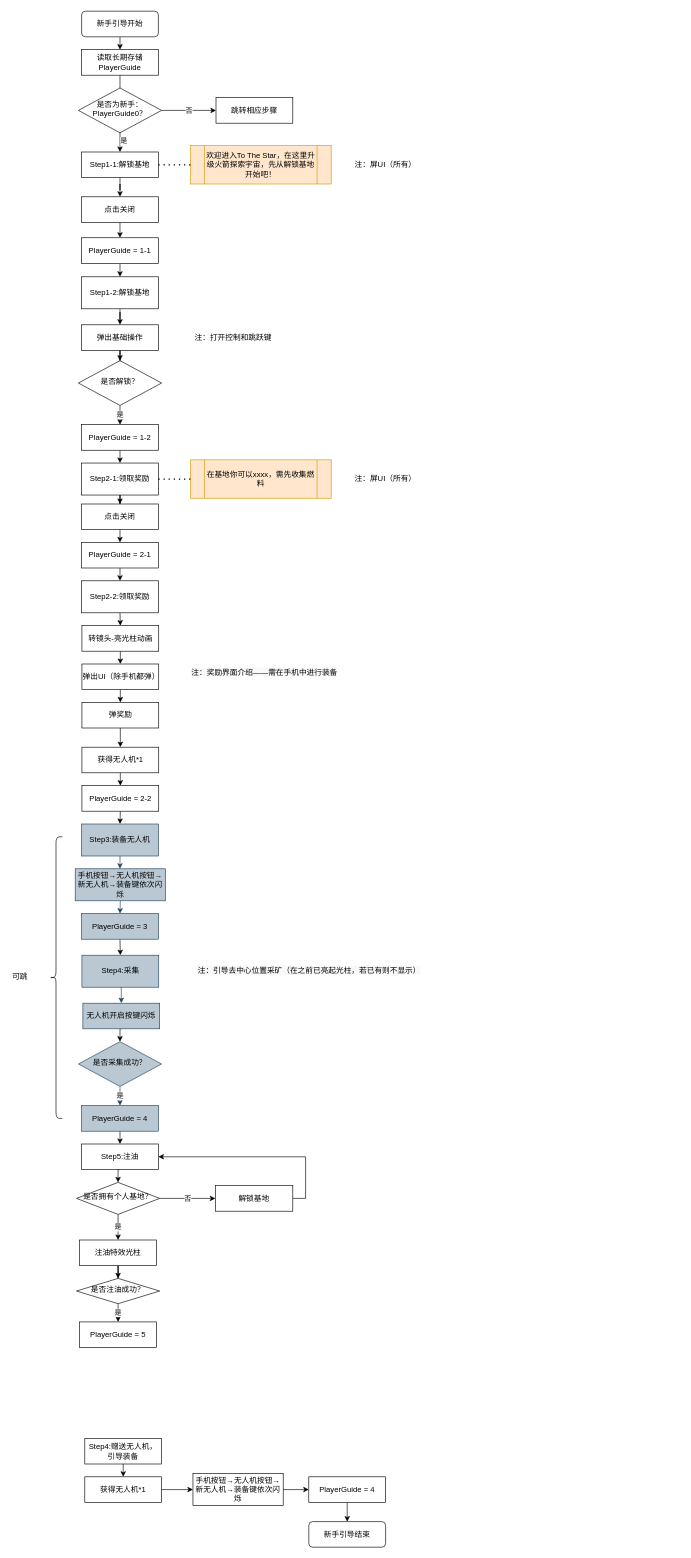
The draw.io diagram PlayerGuidev2.0.drawio in lilith-avatar-hyacinthhu/RushDuck, before the edit. Source tidied: cells renumbered, new cells numbered last; positions are measured from the earlier drawing's top-left corner, leaving out a move shared by most shapes. Both pictures are drawn from the tidied source at 64%, with x=0, y=0 at pixel (11, 11).
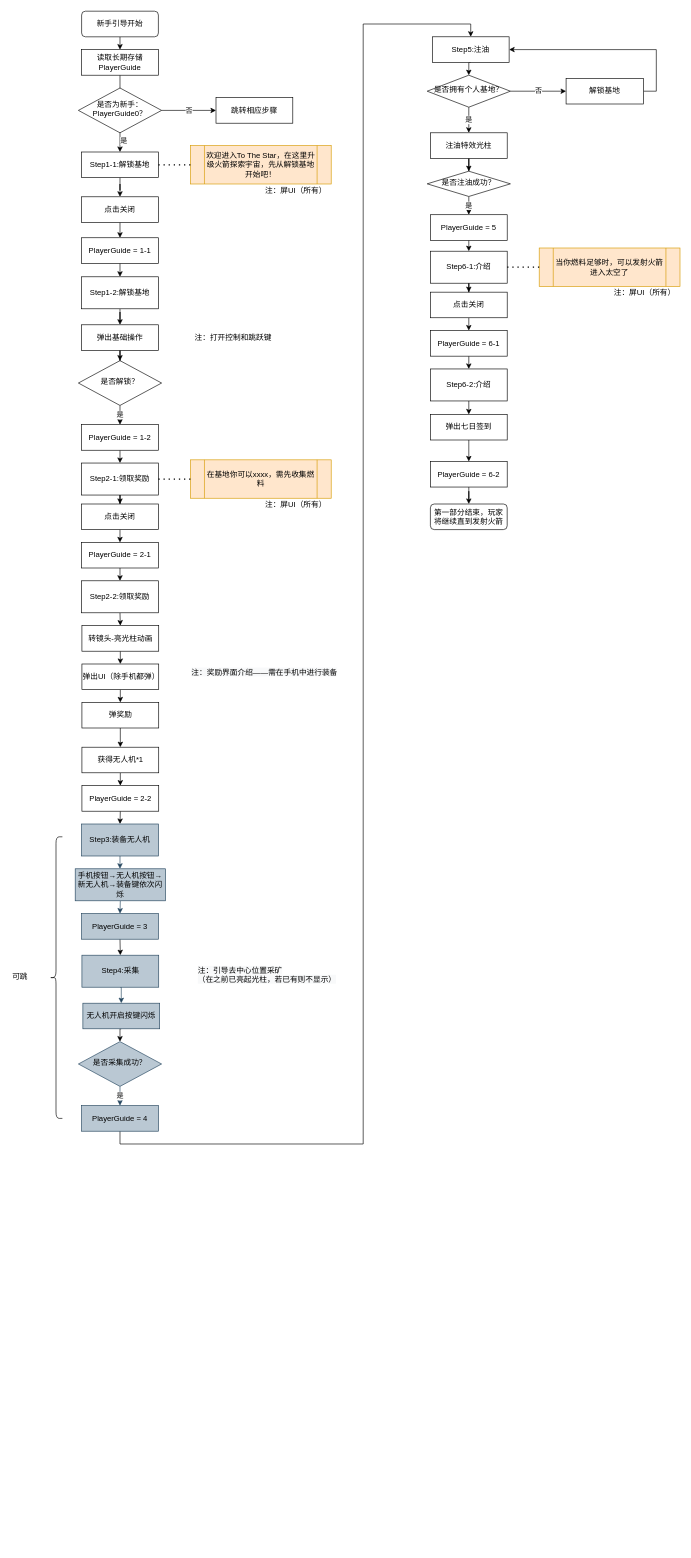
The same diagram, later.

Unchanged cells that the change refers to:
```xml
<mxCell id="19" value="PlayerGuide = 4" style="rounded=0;whiteSpace=wrap;html=1;fillColor=#bac8d3;strokeColor=#23445d;" parent="1" vertex="1">
  <mxGeometry x="110" y="1710" width="120" height="40" as="geometry" />
</mxCell>
```

The edit, as a diff of the source:
```diff
@@
     <mxCell id="18" style="edgeStyle=orthogonalEdgeStyle;rounded=0;jettySize=auto;html=1;exitX=0.5;exitY=1;exitDx=0;exitDy=0;entryX=0.5;entryY=0;entryDx=0;entryDy=0;" parent="1" edge="1" source="19" target="86">
-      <mxGeometry relative="1" as="geometry" />
+      <mxGeometry relative="1" as="geometry">
+        <Array as="points">
+          <mxPoint x="170" y="1770" />
+          <mxPoint x="550" y="1770" />
+          <mxPoint x="550" y="20" />
+          <mxPoint x="718" y="20" />
+        </Array>
+      </mxGeometry>
     </mxCell>
@@
-    <mxCell id="20" style="edgeStyle=orthogonalEdgeStyle;rounded=0;jettySize=auto;html=1;exitX=0.5;exitY=1;exitDx=0;exitDy=0;" parent="1" edge="1" source="21" target="23">
-      <mxGeometry relative="1" as="geometry" />
-    </mxCell>
-    <mxCell id="21" value="注油特效光柱" style="rounded=0;whiteSpace=wrap;html=1;" parent="1" vertex="1">
-      <mxGeometry x="107" y="1920" width="120" height="40" as="geometry" />
-    </mxCell>
-    <mxCell id="22" value="是" style="edgeStyle=orthogonalEdgeStyle;rounded=0;jettySize=auto;html=1;exitX=0.5;exitY=1;exitDx=0;exitDy=0;" parent="1" edge="1" source="23" target="24">
-      <mxGeometry relative="1" as="geometry" />
-    </mxCell>
-    <mxCell id="23" value="是否注油成功？" style="rhombus;whiteSpace=wrap;html=1;shadow=0;fontFamily=Helvetica;fontSize=12;align=center;strokeWidth=1;spacing=6;spacingTop=-4;" parent="1" vertex="1">
-      <mxGeometry x="102" y="1980" width="130" height="39.5" as="geometry" />
-    </mxCell>
-    <mxCell id="24" value="PlayerGuide = 5" style="rounded=0;whiteSpace=wrap;html=1;" parent="1" vertex="1">
-      <mxGeometry x="107" y="2048" width="120" height="40" as="geometry" />
-    </mxCell>
-    <mxCell id="25" style="edgeStyle=orthogonalEdgeStyle;rounded=0;jettySize=auto;html=1;exitX=0.5;exitY=1;exitDx=0;exitDy=0;entryX=0.5;entryY=0;entryDx=0;entryDy=0;" parent="1" edge="1" source="26" target="28">
-      <mxGeometry relative="1" as="geometry" />
-    </mxCell>
-    <mxCell id="26" value="Step4:赠送无人机，引导装备" style="rounded=0;whiteSpace=wrap;html=1;" parent="1" vertex="1">
-      <mxGeometry x="115" y="2230" width="120" height="40" as="geometry" />
-    </mxCell>
-    <mxCell id="27" style="edgeStyle=orthogonalEdgeStyle;rounded=0;jettySize=auto;html=1;exitX=1;exitY=0.5;exitDx=0;exitDy=0;entryX=0;entryY=0.5;entryDx=0;entryDy=0;" parent="1" edge="1" source="28" target="30">
-      <mxGeometry relative="1" as="geometry" />
-    </mxCell>
-    <mxCell id="28" value="获得无人机*1" style="rounded=0;whiteSpace=wrap;html=1;" parent="1" vertex="1">
-      <mxGeometry x="115" y="2290" width="120" height="40" as="geometry" />
-    </mxCell>
-    <mxCell id="29" style="edgeStyle=orthogonalEdgeStyle;rounded=0;jettySize=auto;html=1;exitX=1;exitY=0.5;exitDx=0;exitDy=0;entryX=0;entryY=0.5;entryDx=0;entryDy=0;" parent="1" edge="1" source="30" target="32">
-      <mxGeometry relative="1" as="geometry" />
-    </mxCell>
-    <mxCell id="30" value="&lt;span style=&quot;font-family: &amp;#34;helvetica&amp;#34;&quot;&gt;手机按钮→无人机按钮→新无人机→装备键依次闪烁&lt;/span&gt;" style="rounded=0;whiteSpace=wrap;html=1;" parent="1" vertex="1">
-      <mxGeometry x="284" y="2285" width="141" height="50" as="geometry" />
-    </mxCell>
-    <mxCell id="31" style="edgeStyle=orthogonalEdgeStyle;rounded=0;jettySize=auto;html=1;exitX=0.5;exitY=1;exitDx=0;exitDy=0;entryX=0.5;entryY=0;entryDx=0;entryDy=0;" parent="1" edge="1" source="32" target="41">
-      <mxGeometry relative="1" as="geometry" />
-    </mxCell>
-    <mxCell id="32" value="PlayerGuide = 4" style="rounded=0;whiteSpace=wrap;html=1;" parent="1" vertex="1">
-      <mxGeometry x="465" y="2290" width="120" height="40" as="geometry" />
-    </mxCell>
@@
-    <mxCell id="36" value="是" style="edgeStyle=orthogonalEdgeStyle;rounded=0;jettySize=auto;html=1;exitX=0.5;exitY=1;exitDx=0;exitDy=0;entryX=0.5;entryY=0;entryDx=0;entryDy=0;" parent="1" edge="1" source="38" target="21">
-      <mxGeometry relative="1" as="geometry" />
-    </mxCell>
-    <mxCell id="37" value="否" style="edgeStyle=orthogonalEdgeStyle;rounded=0;jettySize=auto;html=1;exitX=1;exitY=0.5;exitDx=0;exitDy=0;entryX=0;entryY=0.5;entryDx=0;entryDy=0;" parent="1" edge="1" source="38" target="40">
-      <mxGeometry relative="1" as="geometry" />
-    </mxCell>
-    <mxCell id="38" value="是否拥有个人基地？" style="rhombus;whiteSpace=wrap;html=1;shadow=0;fontFamily=Helvetica;fontSize=12;align=center;strokeWidth=1;spacing=6;spacingTop=-4;" parent="1" vertex="1">
-      <mxGeometry x="102" y="1830" width="130" height="50" as="geometry" />
-    </mxCell>
-    <mxCell id="39" style="edgeStyle=orthogonalEdgeStyle;rounded=0;jettySize=auto;html=1;exitX=1;exitY=0.5;exitDx=0;exitDy=0;entryX=1;entryY=0.5;entryDx=0;entryDy=0;" parent="1" edge="1" source="40" target="86">
-      <mxGeometry relative="1" as="geometry" />
-    </mxCell>
-    <mxCell id="40" value="解锁基地" style="rounded=0;whiteSpace=wrap;html=1;" parent="1" vertex="1">
-      <mxGeometry x="319" y="1835" width="121" height="40" as="geometry" />
-    </mxCell>
-    <mxCell id="41" value="新手引导结束" style="rounded=1;whiteSpace=wrap;html=1;fontSize=12;glass=0;strokeWidth=1;shadow=0;" parent="1" vertex="1">
-      <mxGeometry x="465" y="2360" width="120" height="40" as="geometry" />
-    </mxCell>
     <mxCell id="42" value="注：屏UI（所有）" style="text;html=1;strokeColor=none;fillColor=none;align=center;verticalAlign=middle;whiteSpace=wrap;rounded=0;" parent="1" vertex="1">
-      <mxGeometry x="530" y="230" width="110" height="20" as="geometry" />
+      <mxGeometry x="390" y="270" width="110" height="20" as="geometry" />
     </mxCell>
@@
     <mxCell id="70" value="注：屏UI（所有）" style="text;html=1;strokeColor=none;fillColor=none;align=center;verticalAlign=middle;whiteSpace=wrap;rounded=0;" parent="1" vertex="1">
-      <mxGeometry x="530" y="721" width="110" height="20" as="geometry" />
+      <mxGeometry x="390" y="761" width="110" height="20" as="geometry" />
     </mxCell>
@@
-    <mxCell id="84" value="&lt;span style=&quot;color: rgb(0 , 0 , 0) ; font-family: &amp;#34;helvetica&amp;#34; ; font-size: 12px ; font-style: normal ; font-weight: 400 ; letter-spacing: normal ; text-align: center ; text-indent: 0px ; text-transform: none ; word-spacing: 0px ; background-color: rgb(248 , 249 , 250) ; display: inline ; float: none&quot;&gt;注：引导去中心位置采矿（在之前已亮起光柱，若已有则不显示）&lt;/span&gt;" style="text;whiteSpace=wrap;html=1;" parent="1" vertex="1">
+    <mxCell id="84" value="&lt;span style=&quot;color: rgb(0 , 0 , 0) ; font-family: &amp;#34;helvetica&amp;#34; ; font-size: 12px ; font-style: normal ; font-weight: 400 ; letter-spacing: normal ; text-align: center ; text-indent: 0px ; text-transform: none ; word-spacing: 0px ; background-color: rgb(248 , 249 , 250) ; display: inline ; float: none&quot;&gt;注：引导去中心位置采矿&lt;br&gt;（在之前已亮起光柱，若已有则不显示）&lt;/span&gt;" style="text;whiteSpace=wrap;html=1;" parent="1" vertex="1">
       <mxGeometry x="290" y="1485" width="350" height="30" as="geometry" />
     </mxCell>
+    <mxCell id="87" style="shape=curlyBracket;whiteSpace=wrap;html=1;rounded=1;" parent="1" vertex="1">
+      <mxGeometry x="60" y="1290" width="20" height="440" as="geometry" />
+    </mxCell>
+    <mxCell id="88" value="&lt;div style=&quot;text-align: center&quot;&gt;&lt;span&gt;&lt;font face=&quot;helvetica&quot;&gt;可跳&lt;/font&gt;&lt;/span&gt;&lt;/div&gt;" style="text;whiteSpace=wrap;html=1;" parent="1" vertex="1">
+      <mxGeometry y="1495" width="60" height="30" as="geometry" />
+    </mxCell>
+    <mxCell id="89" style="edgeStyle=orthogonalEdgeStyle;rounded=0;jettySize=auto;html=1;exitX=0.5;exitY=1;exitDx=0;exitDy=0;" parent="1" edge="1" source="90" target="95">
+      <mxGeometry relative="1" as="geometry" />
+    </mxCell>
+    <mxCell id="90" value="Step6-1:介绍" style="rounded=0;whiteSpace=wrap;html=1;" parent="1" vertex="1">
+      <mxGeometry x="655" y="375" width="120" height="50" as="geometry" />
+    </mxCell>
+    <mxCell id="91" value="当你燃料足够时，可以发射火箭进入太空了" style="shape=process;whiteSpace=wrap;html=1;backgroundOutline=1;fillColor=#ffe6cc;strokeColor=#d79b00;" parent="1" vertex="1">
+      <mxGeometry x="825" y="370" width="220" height="60" as="geometry" />
+    </mxCell>
+    <mxCell id="92" value="注：屏UI（所有）" style="text;html=1;strokeColor=none;fillColor=none;align=center;verticalAlign=middle;whiteSpace=wrap;rounded=0;" parent="1" vertex="1">
+      <mxGeometry x="935" y="430" width="110" height="20" as="geometry" />
+    </mxCell>
+    <mxCell id="93" style="endArrow=none;dashed=1;html=1;dashPattern=1 3;strokeWidth=2;exitX=1;exitY=0.5;exitDx=0;exitDy=0;entryX=0;entryY=0.5;entryDx=0;entryDy=0;" parent="1" edge="1" source="90" target="91">
+      <mxGeometry relative="1" as="geometry" />
+    </mxCell>
+    <mxCell id="94" style="edgeStyle=orthogonalEdgeStyle;rounded=0;jettySize=auto;html=1;exitX=0.5;exitY=1;exitDx=0;exitDy=0;entryX=0.5;entryY=0;entryDx=0;entryDy=0;" parent="1" edge="1" source="95" target="97">
+      <mxGeometry relative="1" as="geometry" />
+    </mxCell>
+    <mxCell id="95" value="点击关闭" style="rounded=0;whiteSpace=wrap;html=1;" parent="1" vertex="1">
+      <mxGeometry x="655" y="439" width="120" height="40" as="geometry" />
+    </mxCell>
+    <mxCell id="96" style="edgeStyle=orthogonalEdgeStyle;rounded=0;jettySize=auto;html=1;exitX=0.5;exitY=1;exitDx=0;exitDy=0;entryX=0.5;entryY=0;entryDx=0;entryDy=0;" parent="1" edge="1" source="97" target="99">
+      <mxGeometry relative="1" as="geometry" />
+    </mxCell>
+    <mxCell id="97" value="PlayerGuide = 6-1" style="rounded=0;whiteSpace=wrap;html=1;" parent="1" vertex="1">
+      <mxGeometry x="655" y="499" width="120" height="40" as="geometry" />
+    </mxCell>
+    <mxCell id="98" style="edgeStyle=orthogonalEdgeStyle;rounded=0;jettySize=auto;html=1;exitX=0.5;exitY=1;exitDx=0;exitDy=0;entryX=0.5;entryY=0;entryDx=0;entryDy=0;" parent="1" edge="1" source="99" target="101">
+      <mxGeometry relative="1" as="geometry" />
+    </mxCell>
+    <mxCell id="99" value="Step6-2:介绍" style="rounded=0;whiteSpace=wrap;html=1;" parent="1" vertex="1">
+      <mxGeometry x="655" y="559" width="120" height="50" as="geometry" />
+    </mxCell>
+    <mxCell id="100" style="edgeStyle=orthogonalEdgeStyle;rounded=0;jettySize=auto;html=1;exitX=0.5;exitY=1;exitDx=0;exitDy=0;entryX=0.5;entryY=0;entryDx=0;entryDy=0;" parent="1" edge="1" source="101" target="103">
+      <mxGeometry relative="1" as="geometry" />
+    </mxCell>
+    <mxCell id="101" value="弹出七日签到" style="rounded=0;whiteSpace=wrap;html=1;" parent="1" vertex="1">
+      <mxGeometry x="655" y="630" width="120" height="40" as="geometry" />
+    </mxCell>
+    <mxCell id="102" style="edgeStyle=orthogonalEdgeStyle;rounded=0;jettySize=auto;html=1;exitX=0.5;exitY=1;exitDx=0;exitDy=0;" parent="1" edge="1" source="103" target="104">
+      <mxGeometry relative="1" as="geometry" />
+    </mxCell>
+    <mxCell id="103" value="PlayerGuide = 6-2" style="rounded=0;whiteSpace=wrap;html=1;" parent="1" vertex="1">
+      <mxGeometry x="655" y="703.5" width="120" height="40" as="geometry" />
+    </mxCell>
+    <mxCell id="104" value="第一部分结束，玩家将继续直到发射火箭" style="rounded=1;whiteSpace=wrap;html=1;fontSize=12;glass=0;strokeWidth=1;shadow=0;" parent="1" vertex="1">
+      <mxGeometry x="655" y="770" width="120" height="40" as="geometry" />
+    </mxCell>
+    <mxCell id="20" style="edgeStyle=orthogonalEdgeStyle;rounded=0;jettySize=auto;html=1;exitX=0.5;exitY=1;exitDx=0;exitDy=0;" parent="1" edge="1" source="21" target="23">
+      <mxGeometry relative="1" as="geometry" />
+    </mxCell>
+    <mxCell id="21" value="注油特效光柱" style="rounded=0;whiteSpace=wrap;html=1;" parent="1" vertex="1">
+      <mxGeometry x="655" y="190" width="120" height="40" as="geometry" />
+    </mxCell>
+    <mxCell id="22" value="是" style="edgeStyle=orthogonalEdgeStyle;rounded=0;jettySize=auto;html=1;exitX=0.5;exitY=1;exitDx=0;exitDy=0;" parent="1" edge="1" source="23" target="24">
+      <mxGeometry relative="1" as="geometry" />
+    </mxCell>
+    <mxCell id="23" value="是否注油成功？" style="rhombus;whiteSpace=wrap;html=1;shadow=0;fontFamily=Helvetica;fontSize=12;align=center;strokeWidth=1;spacing=6;spacingTop=-4;" parent="1" vertex="1">
+      <mxGeometry x="650" y="250" width="130" height="39.5" as="geometry" />
+    </mxCell>
+    <mxCell id="105" style="edgeStyle=orthogonalEdgeStyle;rounded=0;jettySize=auto;html=1;exitX=0.5;exitY=1;exitDx=0;exitDy=0;entryX=0.5;entryY=0;entryDx=0;entryDy=0;" parent="1" edge="1" source="24" target="90">
+      <mxGeometry relative="1" as="geometry" />
+    </mxCell>
+    <mxCell id="24" value="PlayerGuide = 5" style="rounded=0;whiteSpace=wrap;html=1;" parent="1" vertex="1">
+      <mxGeometry x="655" y="318" width="120" height="40" as="geometry" />
+    </mxCell>
+    <mxCell id="36" value="是" style="edgeStyle=orthogonalEdgeStyle;rounded=0;jettySize=auto;html=1;exitX=0.5;exitY=1;exitDx=0;exitDy=0;entryX=0.5;entryY=0;entryDx=0;entryDy=0;" parent="1" edge="1" source="38" target="21">
+      <mxGeometry relative="1" as="geometry" />
+    </mxCell>
+    <mxCell id="37" value="否" style="edgeStyle=orthogonalEdgeStyle;rounded=0;jettySize=auto;html=1;exitX=1;exitY=0.5;exitDx=0;exitDy=0;entryX=0;entryY=0.5;entryDx=0;entryDy=0;" parent="1" edge="1" source="38" target="40">
+      <mxGeometry relative="1" as="geometry" />
+    </mxCell>
+    <mxCell id="38" value="是否拥有个人基地？" style="rhombus;whiteSpace=wrap;html=1;shadow=0;fontFamily=Helvetica;fontSize=12;align=center;strokeWidth=1;spacing=6;spacingTop=-4;" parent="1" vertex="1">
+      <mxGeometry x="650" y="100" width="130" height="50" as="geometry" />
+    </mxCell>
+    <mxCell id="39" style="edgeStyle=orthogonalEdgeStyle;rounded=0;jettySize=auto;html=1;exitX=1;exitY=0.5;exitDx=0;exitDy=0;entryX=1;entryY=0.5;entryDx=0;entryDy=0;" parent="1" edge="1" source="40" target="86">
+      <mxGeometry relative="1" as="geometry" />
+    </mxCell>
+    <mxCell id="40" value="解锁基地" style="rounded=0;whiteSpace=wrap;html=1;" parent="1" vertex="1">
+      <mxGeometry x="867" y="105" width="121" height="40" as="geometry" />
+    </mxCell>
@@
     <mxCell id="86" value="Step5:注油" style="rounded=0;whiteSpace=wrap;html=1;" parent="1" vertex="1">
-      <mxGeometry x="110" y="1770" width="120" height="40" as="geometry" />
+      <mxGeometry x="658" y="40" width="120" height="40" as="geometry" />
     </mxCell>
-    <mxCell id="87" style="shape=curlyBracket;whiteSpace=wrap;html=1;rounded=1;" parent="1" vertex="1">
-      <mxGeometry x="60" y="1290" width="20" height="440" as="geometry" />
-    </mxCell>
-    <mxCell id="88" value="&lt;div style=&quot;text-align: center&quot;&gt;&lt;span&gt;&lt;font face=&quot;helvetica&quot;&gt;可跳&lt;/font&gt;&lt;/span&gt;&lt;/div&gt;" style="text;whiteSpace=wrap;html=1;" parent="1" vertex="1">
-      <mxGeometry y="1495" width="60" height="30" as="geometry" />
-    </mxCell>
```
